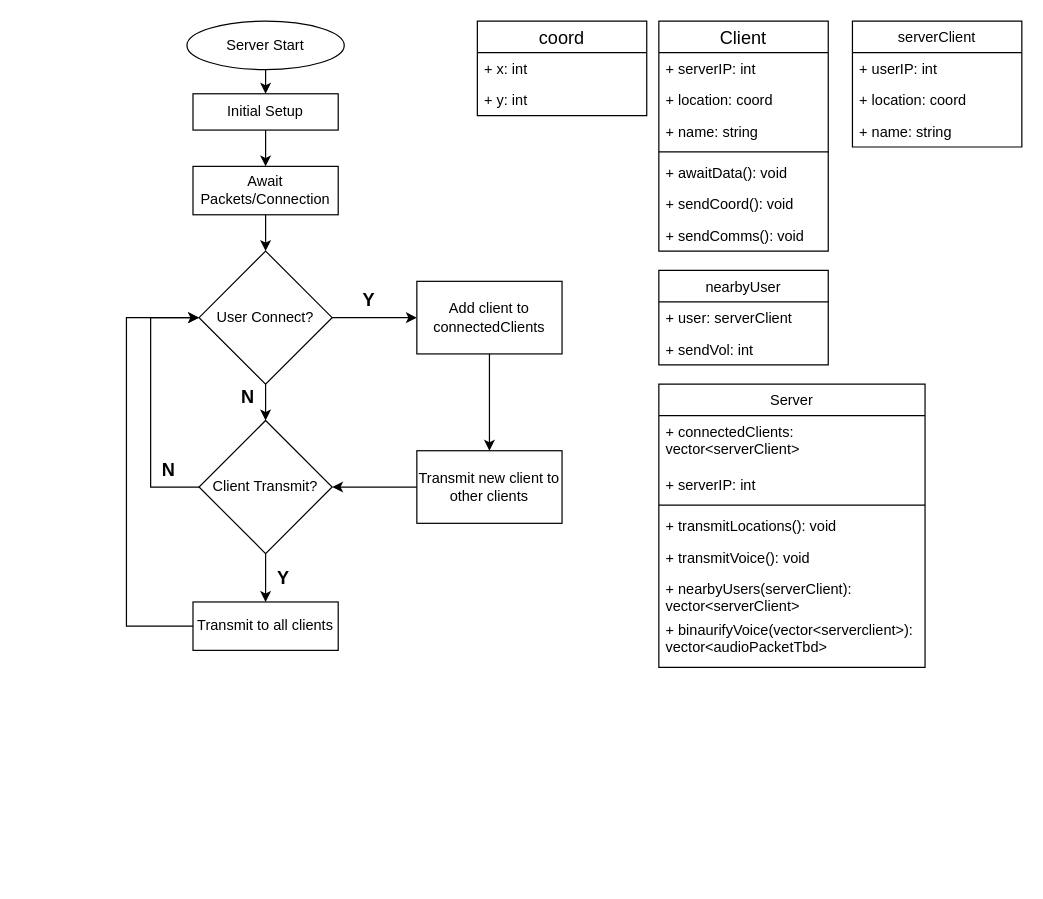
The draw.io diagram Untitled Diagram.drawio in Boole215/pan-chat, before the edit. Source tidied: cells renumbered, new cells numbered last; positions are measured from the earlier drawing's top-left corner, leaving out a move shared by most shapes. Both pictures are drawn from the tidied source at 121%, with x=0, y=0 at pixel (126, 21).
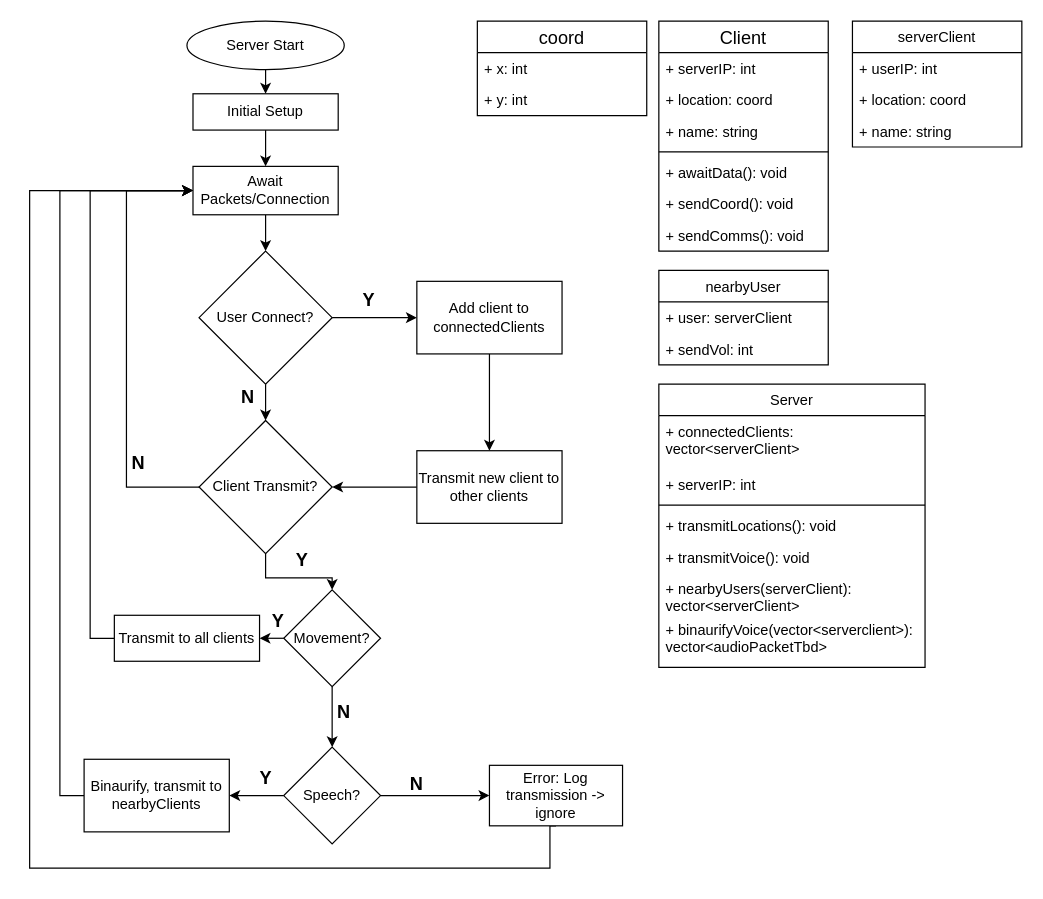
The same page after the edit.

Unchanged cells that the change refers to:
```xml
<mxCell id="7" value="Await Packets/Connection" style="rounded=0;whiteSpace=wrap;html=1;" parent="1" vertex="1">
  <mxGeometry x="55" y="120" width="120" height="40" as="geometry" />
</mxCell>
<mxCell id="10" value="User Connect?" style="rhombus;whiteSpace=wrap;html=1;" parent="1" vertex="1">
  <mxGeometry x="60" y="190" width="110" height="110" as="geometry" />
</mxCell>
<mxCell id="17" value="Client Transmit?" style="rhombus;whiteSpace=wrap;html=1;" parent="1" vertex="1">
  <mxGeometry x="60" y="330" width="110" height="110" as="geometry" />
</mxCell>
```

Diff of the diagram source:
```diff
@@
-    <mxCell id="15" style="edgeStyle=orthogonalEdgeStyle;rounded=0;jettySize=auto;html=1;exitX=0.5;exitY=1;exitDx=0;exitDy=0;entryX=0.5;entryY=0;entryDx=0;entryDy=0;" parent="1" edge="1" source="17" target="19">
-      <mxGeometry relative="1" as="geometry" />
-    </mxCell>
-    <mxCell id="16" style="edgeStyle=orthogonalEdgeStyle;rounded=0;jettySize=auto;html=1;exitX=0;exitY=0.5;exitDx=0;exitDy=0;entryX=0;entryY=0.5;entryDx=0;entryDy=0;fontSize=15;" parent="1" edge="1" source="17" target="10">
-      <mxGeometry relative="1" as="geometry">
-        <Array as="points">
-          <mxPoint x="20" y="385" />
-          <mxPoint x="20" y="245" />
-        </Array>
-      </mxGeometry>
-    </mxCell>
+    <mxCell id="50" style="edgeStyle=orthogonalEdgeStyle;rounded=0;jettySize=auto;html=1;exitX=0.5;exitY=1;exitDx=0;exitDy=0;entryX=0.5;entryY=0;entryDx=0;entryDy=0;fontSize=12;" parent="1" edge="1" source="17" target="54">
+      <mxGeometry relative="1" as="geometry" />
+    </mxCell>
+    <mxCell id="51" style="edgeStyle=orthogonalEdgeStyle;rounded=0;jettySize=auto;html=1;exitX=0;exitY=0.5;exitDx=0;exitDy=0;entryX=0;entryY=0.5;entryDx=0;entryDy=0;fontSize=12;" parent="1" edge="1" source="17" target="7">
+      <mxGeometry relative="1" as="geometry">
+        <Array as="points">
+          <mxPoint y="385" />
+          <mxPoint y="140" />
+        </Array>
+      </mxGeometry>
+    </mxCell>
@@
-    <mxCell id="18" style="edgeStyle=orthogonalEdgeStyle;rounded=0;jettySize=auto;html=1;exitX=0;exitY=0.5;exitDx=0;exitDy=0;entryX=0;entryY=0.5;entryDx=0;entryDy=0;fontSize=15;" parent="1" edge="1" source="19" target="10">
-      <mxGeometry relative="1" as="geometry">
-        <Array as="points">
-          <mxPoint y="500" />
-          <mxPoint y="245" />
-        </Array>
-      </mxGeometry>
-    </mxCell>
-    <mxCell id="19" value="Transmit to all clients" style="rounded=0;whiteSpace=wrap;html=1;" parent="1" vertex="1">
-      <mxGeometry x="55" y="480" width="120" height="40" as="geometry" />
-    </mxCell>
-    <mxCell id="20" value="&lt;div style=&quot;font-size: 15px;&quot;&gt;Y&lt;/div&gt;" style="text;html=1;strokeColor=none;fillColor=none;align=center;verticalAlign=middle;whiteSpace=wrap;rounded=0;fontSize=15;fontStyle=1;" parent="1" vertex="1">
-      <mxGeometry x="110" y="450" width="40" height="20" as="geometry" />
-    </mxCell>
@@
-    <mxCell id="23" value="&lt;b&gt;N&lt;/b&gt;" style="text;html=1;strokeColor=none;fillColor=none;align=center;verticalAlign=middle;whiteSpace=wrap;rounded=0;fontSize=15;" parent="1" vertex="1">
-      <mxGeometry x="15" y="360" width="40" height="20" as="geometry" />
-    </mxCell>
@@
+    <mxCell id="52" style="edgeStyle=orthogonalEdgeStyle;rounded=0;jettySize=auto;html=1;exitX=0.5;exitY=1;exitDx=0;exitDy=0;entryX=0.5;entryY=0;entryDx=0;entryDy=0;fontSize=12;" parent="1" edge="1" source="54" target="56">
+      <mxGeometry relative="1" as="geometry" />
+    </mxCell>
+    <mxCell id="53" style="edgeStyle=orthogonalEdgeStyle;rounded=0;jettySize=auto;html=1;exitX=0;exitY=0.5;exitDx=0;exitDy=0;entryX=1;entryY=0.5;entryDx=0;entryDy=0;fontSize=12;" parent="1" edge="1" source="54" target="19">
+      <mxGeometry relative="1" as="geometry" />
+    </mxCell>
+    <mxCell id="54" value="Movement?" style="rhombus;whiteSpace=wrap;html=1;rounded=0;fontSize=12;" parent="1" vertex="1">
+      <mxGeometry x="130" y="470" width="80" height="80" as="geometry" />
+    </mxCell>
+    <mxCell id="55" style="edgeStyle=orthogonalEdgeStyle;rounded=0;jettySize=auto;html=1;exitX=0;exitY=0.5;exitDx=0;exitDy=0;fontSize=12;entryX=1;entryY=0.5;entryDx=0;entryDy=0;" parent="1" edge="1" source="56" target="59">
+      <mxGeometry relative="1" as="geometry" />
+    </mxCell>
+    <mxCell id="56" value="Speech?" style="rhombus;whiteSpace=wrap;html=1;rounded=0;fontSize=12;" parent="1" vertex="1">
+      <mxGeometry x="130" y="600" width="80" height="80" as="geometry" />
+    </mxCell>
+    <mxCell id="57" style="edgeStyle=orthogonalEdgeStyle;rounded=0;jettySize=auto;html=1;exitX=0;exitY=0.5;exitDx=0;exitDy=0;entryX=0;entryY=0.5;entryDx=0;entryDy=0;fontSize=12;" parent="1" edge="1" source="19" target="7">
+      <mxGeometry relative="1" as="geometry" />
+    </mxCell>
+    <mxCell id="19" value="Transmit to all clients" style="rounded=0;whiteSpace=wrap;html=1;fontSize=12;" parent="1" vertex="1">
+      <mxGeometry x="-10" y="491" width="120" height="38" as="geometry" />
+    </mxCell>
+    <mxCell id="58" style="edgeStyle=orthogonalEdgeStyle;rounded=0;jettySize=auto;html=1;exitX=0;exitY=0.5;exitDx=0;exitDy=0;entryX=0;entryY=0.5;entryDx=0;entryDy=0;fontSize=12;" parent="1" edge="1" source="59" target="7">
+      <mxGeometry relative="1" as="geometry" />
+    </mxCell>
+    <mxCell id="59" value="Binaurify, transmit to nearbyClients" style="rounded=0;whiteSpace=wrap;html=1;fontSize=12;" parent="1" vertex="1">
+      <mxGeometry x="-35" y="610" width="120" height="60" as="geometry" />
+    </mxCell>
+    <mxCell id="60" style="edgeStyle=orthogonalEdgeStyle;rounded=0;jettySize=auto;html=1;exitX=0.5;exitY=1;exitDx=0;exitDy=0;entryX=0;entryY=0.5;entryDx=0;entryDy=0;fontSize=12;" parent="1" edge="1" source="61" target="7">
+      <mxGeometry relative="1" as="geometry">
+        <Array as="points">
+          <mxPoint x="350" y="700" />
+          <mxPoint x="-80" y="700" />
+          <mxPoint x="-80" y="140" />
+        </Array>
+      </mxGeometry>
+    </mxCell>
+    <mxCell id="61" value="Error: Log transmission -&amp;gt; ignore" style="rounded=0;whiteSpace=wrap;html=1;" parent="1" vertex="1">
+      <mxGeometry x="300" y="615" width="110" height="50" as="geometry" />
+    </mxCell>
+    <mxCell id="62" value="&lt;b&gt;N&lt;/b&gt;" style="text;html=1;strokeColor=none;fillColor=none;align=center;verticalAlign=middle;whiteSpace=wrap;rounded=0;fontSize=15;" parent="1" vertex="1">
+      <mxGeometry x="160" y="560" width="40" height="20" as="geometry" />
+    </mxCell>
+    <mxCell id="63" style="edgeStyle=orthogonalEdgeStyle;rounded=0;jettySize=auto;html=1;exitX=1;exitY=0.5;exitDx=0;exitDy=0;fontSize=12;entryX=0;entryY=0.5;entryDx=0;entryDy=0;" parent="1" edge="1" source="56" target="61">
+      <mxGeometry relative="1" as="geometry" />
+    </mxCell>
+    <mxCell id="64" value="Y" style="text;html=1;align=center;verticalAlign=middle;rounded=0;spacing=2;fontSize=15;fontStyle=1;" parent="1" vertex="1">
+      <mxGeometry x="130" y="430" width="30" height="30" as="geometry" />
+    </mxCell>
+    <mxCell id="65" value="Y" style="text;html=1;align=center;verticalAlign=middle;rounded=0;spacing=2;fontSize=15;fontStyle=1;" parent="1" vertex="1">
+      <mxGeometry x="110" y="480" width="30" height="30" as="geometry" />
+    </mxCell>
+    <mxCell id="66" value="Y" style="text;html=1;align=center;verticalAlign=middle;rounded=0;spacing=2;fontSize=15;fontStyle=1;" parent="1" vertex="1">
+      <mxGeometry x="100" y="610" width="30" height="30" as="geometry" />
+    </mxCell>
+    <mxCell id="67" value="&lt;b&gt;N&lt;/b&gt;" style="text;html=1;strokeColor=none;fillColor=none;align=center;verticalAlign=middle;whiteSpace=wrap;rounded=0;fontSize=15;" parent="1" vertex="1">
+      <mxGeometry x="220" y="620" width="40" height="20" as="geometry" />
+    </mxCell>
+    <mxCell id="68" value="&lt;b&gt;N&lt;/b&gt;" style="text;html=1;strokeColor=none;fillColor=none;align=center;verticalAlign=middle;whiteSpace=wrap;rounded=0;fontSize=15;" parent="1" vertex="1">
+      <mxGeometry x="-10" y="355" width="40" height="20" as="geometry" />
+    </mxCell>
```
